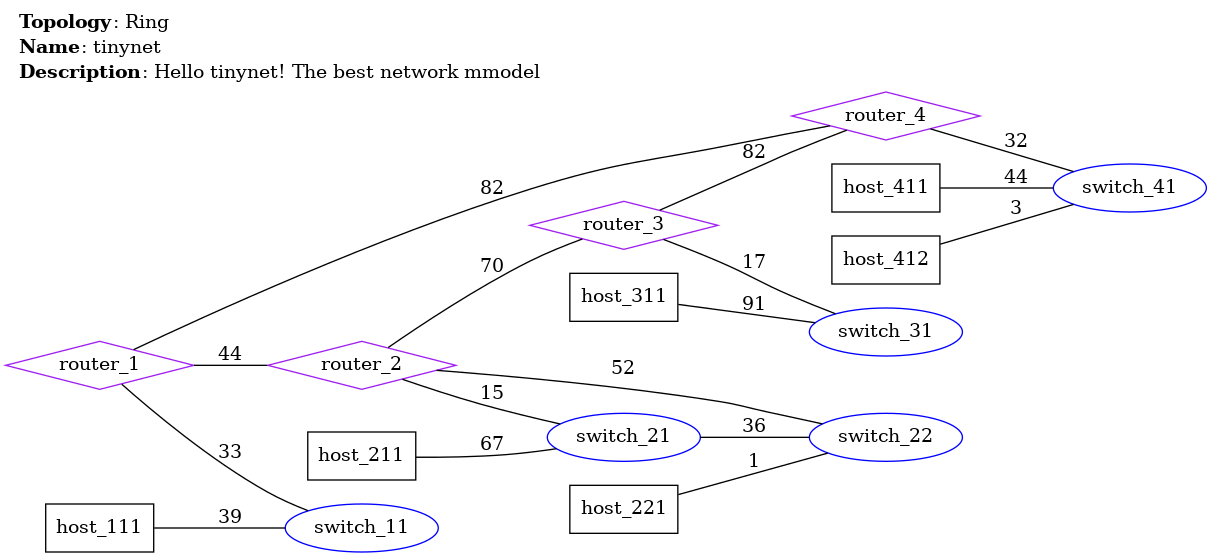
The Graphviz diagram conf/image/net.png in zpnst/tinynet, before a commit. Its source is kept beside it as conf/data/net.dot.
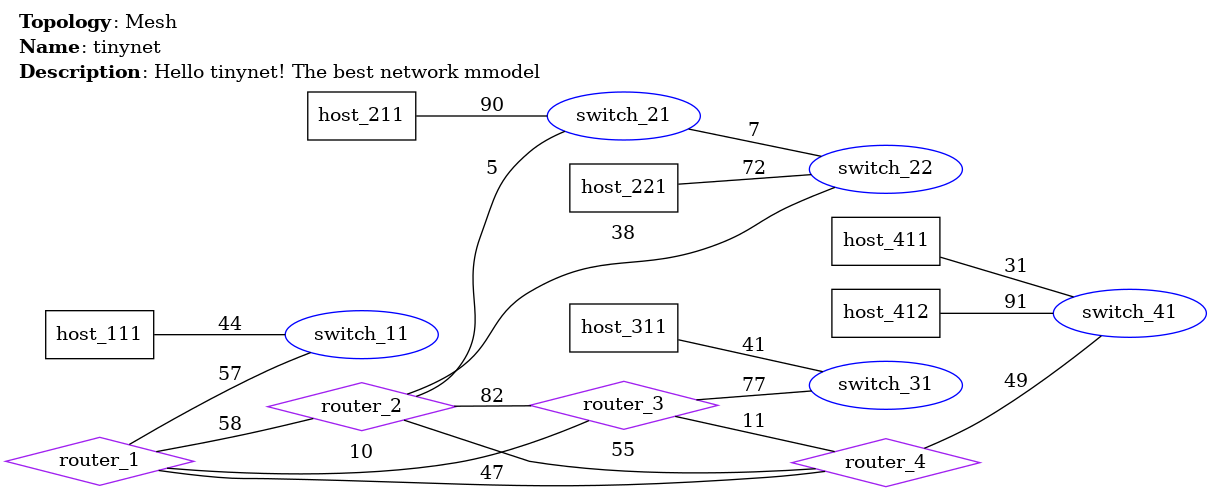
Above is the later version.

Change to the diagram source:
```diff
@@ -4,7 +4,7 @@
     labeljust=left;
     label=<
     <TABLE BORDER="0" CELLBORDER="0" CELLSPACING="0">
-        <TR><TD ALIGN="LEFT"><B>Topology</B>: Ring</TD></TR>
+        <TR><TD ALIGN="LEFT"><B>Topology</B>: Mesh</TD></TR>
         <TR><TD ALIGN="LEFT"><B>Name</B>: tinynet</TD></TR>
         <TR><TD ALIGN="LEFT"><B>Description</B>: Hello tinynet! The best network mmodel</TD></TR>
     </TABLE>
@@ -24,20 +24,22 @@
     "host_311" [shape=box, color=black, label="host_311"];
     "host_411" [shape=box, color=black, label="host_411"];
     "host_412" [shape=box, color=black, label="host_412"];
-    "router_1" -- "router_2" [label="44"];
-    "router_1" -- "router_4" [label="82"];
-    "router_1" -- "switch_11" [label="33"];
-    "router_2" -- "router_3" [label="70"];
-    "router_2" -- "switch_21" [label="15"];
-    "router_2" -- "switch_22" [label="52"];
-    "router_3" -- "router_4" [label="82"];
-    "router_3" -- "switch_31" [label="17"];
-    "router_4" -- "switch_41" [label="32"];
-    "switch_21" -- "switch_22" [label="36"];
-    "host_111" -- "switch_11" [label="39"];
-    "host_211" -- "switch_21" [label="67"];
-    "host_221" -- "switch_22" [label="1"];
-    "host_311" -- "switch_31" [label="91"];
-    "host_411" -- "switch_41" [label="44"];
-    "host_412" -- "switch_41" [label="3"];
+    "router_1" -- "router_2" [label="58"];
+    "router_1" -- "router_3" [label="10"];
+    "router_1" -- "router_4" [label="47"];
+    "router_1" -- "switch_11" [label="57"];
+    "router_2" -- "router_3" [label="82"];
+    "router_2" -- "router_4" [label="55"];
+    "router_2" -- "switch_21" [label="5"];
+    "router_2" -- "switch_22" [label="38"];
+    "router_3" -- "router_4" [label="11"];
+    "router_3" -- "switch_31" [label="77"];
+    "router_4" -- "switch_41" [label="49"];
+    "switch_21" -- "switch_22" [label="7"];
+    "host_111" -- "switch_11" [label="44"];
+    "host_211" -- "switch_21" [label="90"];
+    "host_221" -- "switch_22" [label="72"];
+    "host_311" -- "switch_31" [label="41"];
+    "host_411" -- "switch_41" [label="31"];
+    "host_412" -- "switch_41" [label="91"];
 }
```
